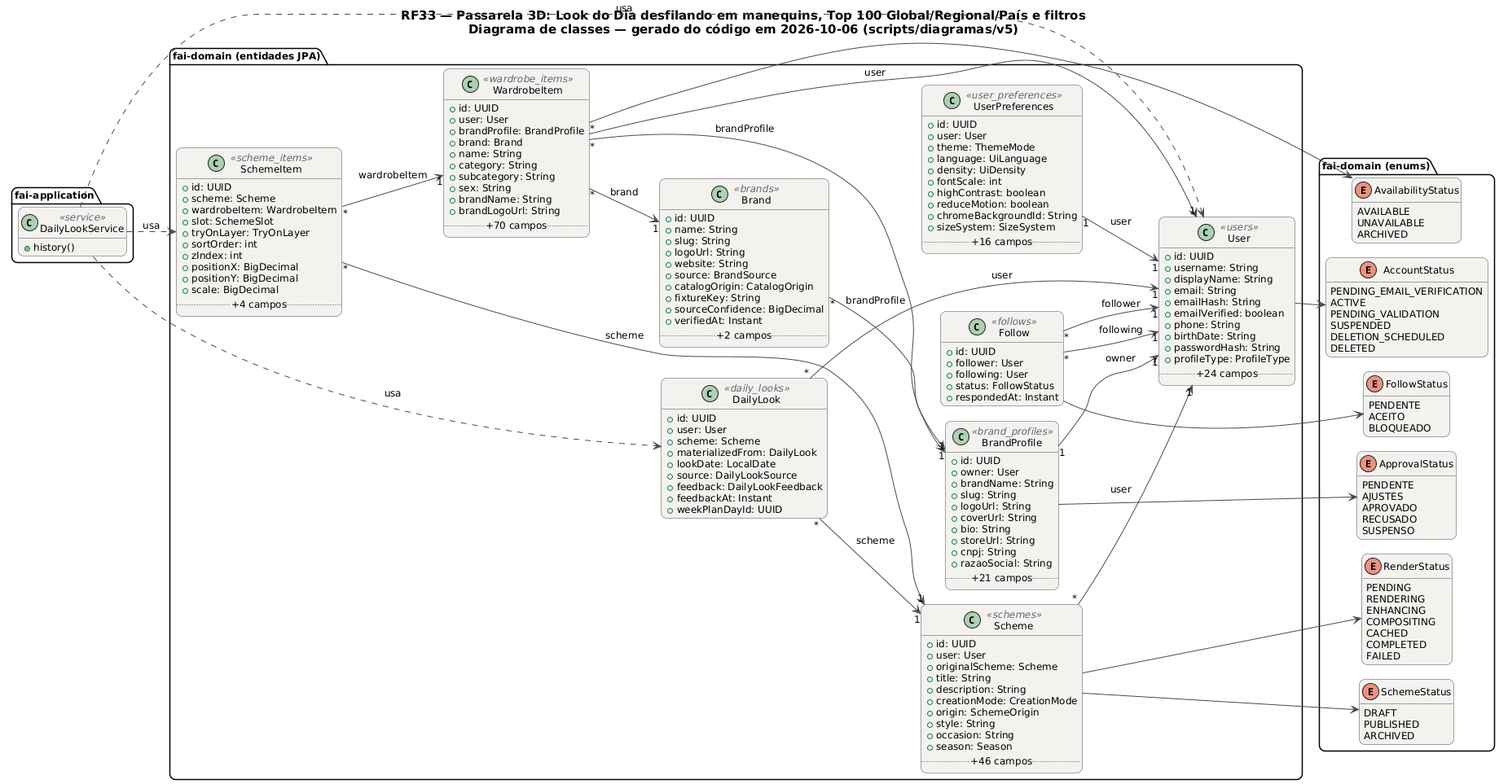
MatheusHaliski/tcc-2026-fashion-ai-backend keeps this PlantUML diagram as docs/diagramas/RF33/RF33_Classes.png. Above is the earlier version.
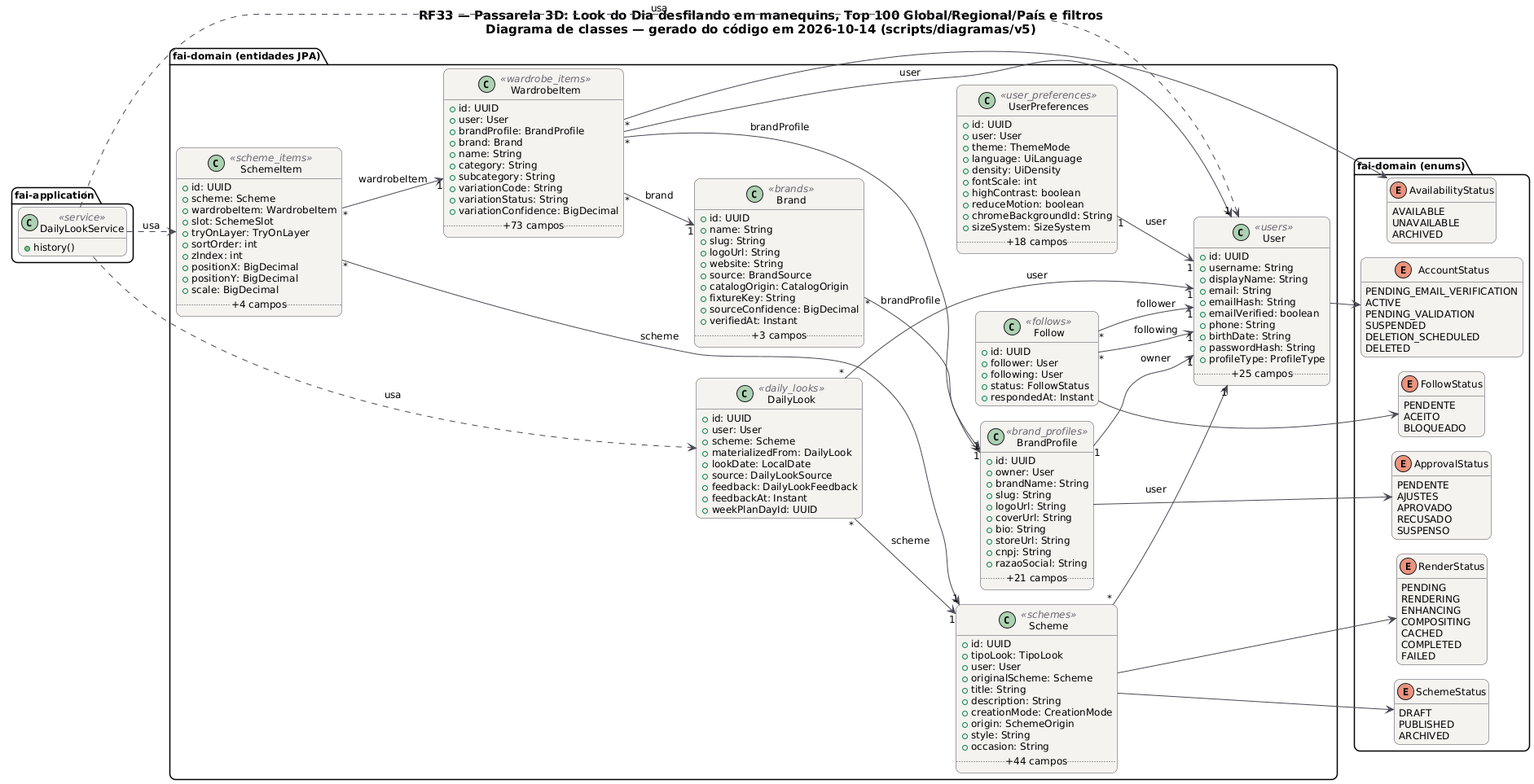
Above is the later version.

Diff of the diagram source:
```diff
@@ -20,7 +20,7 @@
 }
 hide empty members
 left to right direction
-title RF33 — Passarela 3D: Look do Dia desfilando em manequins, Top 100 Global/Regional/País e filtros\nDiagrama de classes — gerado do código em 2026-10-06 (scripts/diagramas/v5)
+title RF33 — Passarela 3D: Look do Dia desfilando em manequins, Top 100 Global/Regional/País e filtros\nDiagrama de classes — gerado do código em 2026-10-14 (scripts/diagramas/v5)
 
 package "fai-domain (entidades JPA)" {
   class Follow <<follows>> {
@@ -41,7 +41,7 @@
     +fixtureKey: String
     +sourceConfidence: BigDecimal
     +verifiedAt: Instant
-    .. +2 campos ..
+    .. +3 campos ..
   }
   class BrandProfile <<brand_profiles>> {
     +id: UUID
@@ -69,6 +69,7 @@
   }
   class Scheme <<schemes>> {
     +id: UUID
+    +tipoLook: TipoLook
     +user: User
     +originalScheme: Scheme
     +title: String
@@ -77,8 +78,7 @@
     +origin: SchemeOrigin
     +style: String
     +occasion: String
-    +season: Season
-    .. +46 campos ..
+    .. +44 campos ..
   }
   class SchemeItem <<scheme_items>> {
     +id: UUID
@@ -104,7 +104,7 @@
     +birthDate: String
     +passwordHash: String
     +profileType: ProfileType
-    .. +24 campos ..
+    .. +25 campos ..
   }
   class UserPreferences <<user_preferences>> {
     +id: UUID
@@ -117,7 +117,7 @@
     +reduceMotion: boolean
     +chromeBackgroundId: String
     +sizeSystem: SizeSystem
-    .. +16 campos ..
+    .. +18 campos ..
   }
   class WardrobeItem <<wardrobe_items>> {
     +id: UUID
@@ -127,10 +127,10 @@
     +name: String
     +category: String
     +subcategory: String
-    +sex: String
-    +brandName: String
-    +brandLogoUrl: String
-    .. +70 campos ..
+    +variationCode: String
+    +variationStatus: String
+    +variationConfidence: BigDecimal
+    .. +73 campos ..
   }
 }
 package "fai-domain (enums)" {
```
